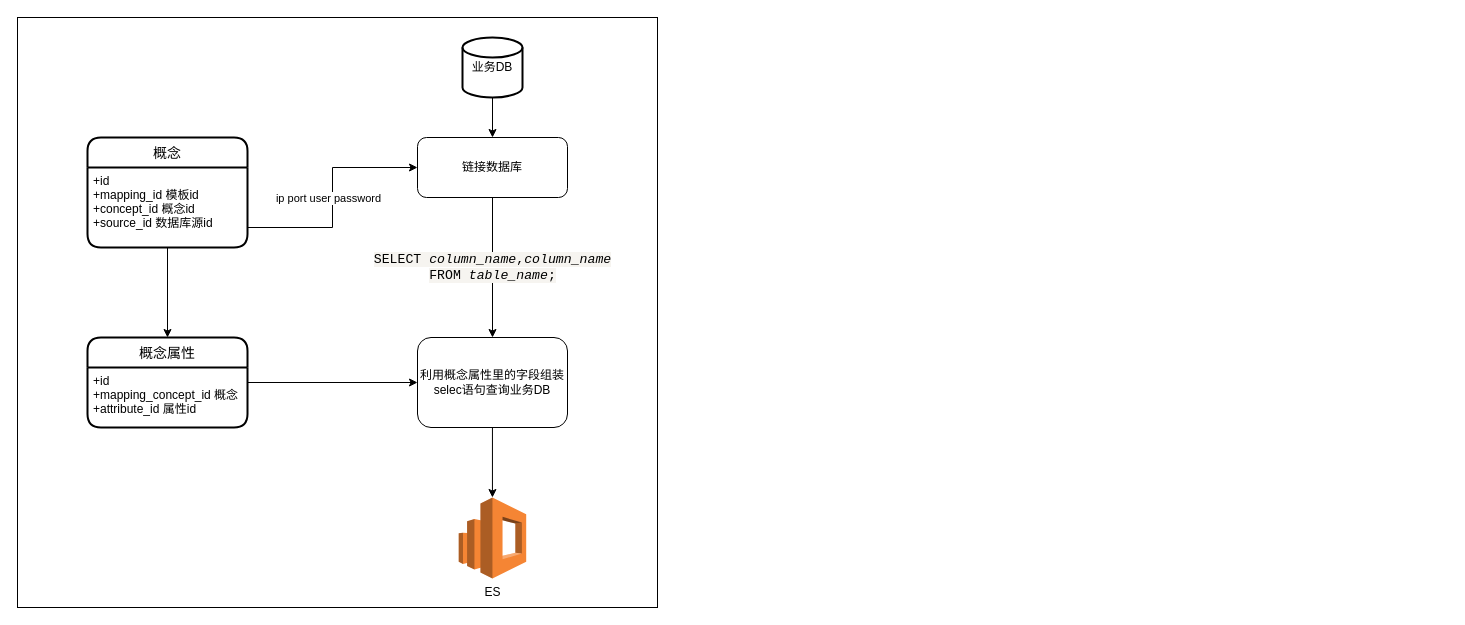
Alex-Li2018/flow-chart keeps this draw.io diagram as 知识图谱/数据治理.drawio. Above is the earlier version. Source tidied: cells renumbered, new cells numbered last; positions are measured from the earlier drawing's top-left corner, leaving out a move shared by most shapes. Both pictures are drawn from the tidied source at 100%, with x=0, y=0 at pixel (17, 17).
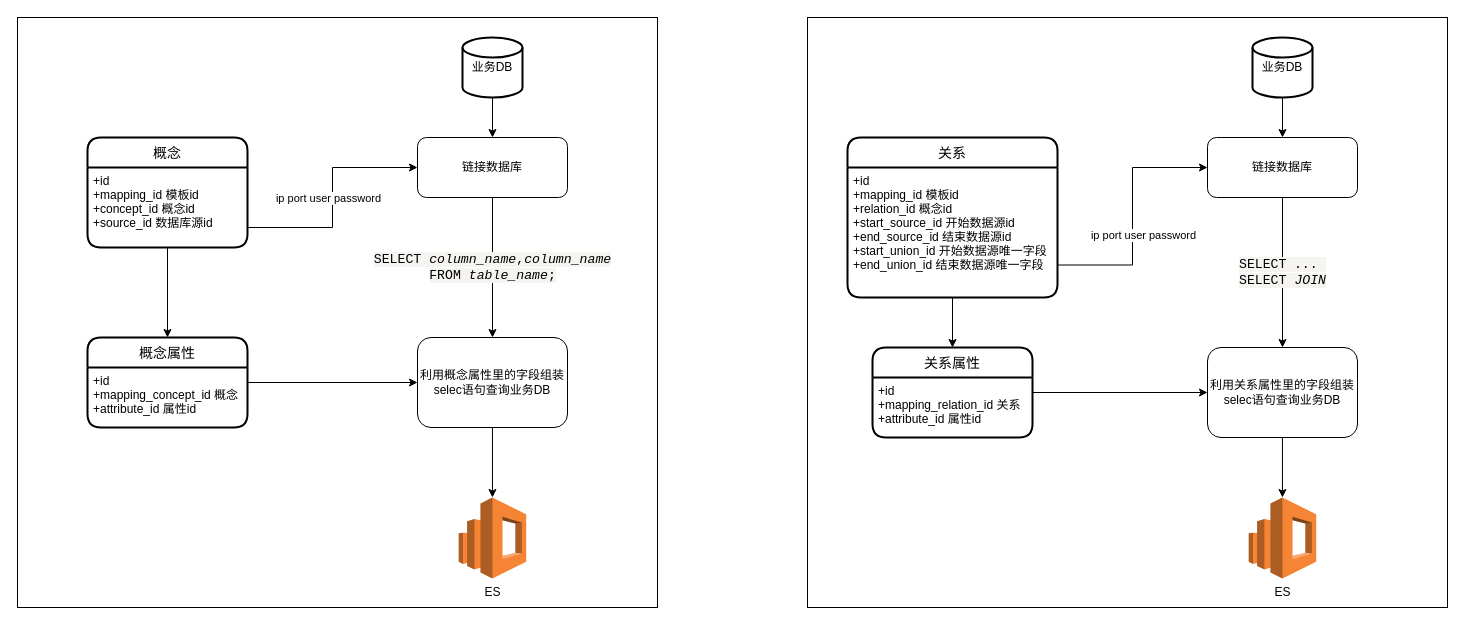
The same page after the edit.

Commit message (it also covers changes not shown here):
更新数据治理.drawio

Change to the diagram source:
```diff
@@
+    <mxCell id="18" style="rounded=0;whiteSpace=wrap;html=1;fontColor=#000100;" parent="1" vertex="1">
+      <mxGeometry x="790" width="640" height="590" as="geometry" />
+    </mxCell>
+    <mxCell id="19" value="关系" style="swimlane;horizontal=1;startSize=30;rounded=1;fontSize=14;fontStyle=0;strokeWidth=2;shadow=0;dashed=0;align=center;" parent="1" vertex="1">
+      <mxGeometry x="830" y="120" width="210" height="160" as="geometry" />
+    </mxCell>
+    <mxCell id="20" value="+id&#10;+mapping_id 模板id&#10;+relation_id 概念id&#10;+start_source_id 开始数据源id&#10;+end_source_id 结束数据源id&#10;+start_union_id 开始数据源唯一字段&#10;+end_union_id 结束数据源唯一字段" style="align=left;strokeColor=none;fillColor=none;spacingLeft=4;fontSize=12;verticalAlign=top;" parent="19" vertex="1">
+      <mxGeometry y="30" width="210" height="130" as="geometry" />
+    </mxCell>
+    <mxCell id="21" value="关系属性" style="swimlane;horizontal=1;startSize=30;rounded=1;fontSize=14;fontStyle=0;strokeWidth=2;shadow=0;dashed=0;align=center;" parent="1" vertex="1">
+      <mxGeometry x="855" y="330" width="160" height="90" as="geometry" />
+    </mxCell>
+    <mxCell id="22" value="+id&#10;+mapping_relation_id 关系&#10;+attribute_id 属性id&#10;" style="align=left;strokeColor=none;fillColor=none;spacingLeft=4;fontSize=12;verticalAlign=top;" parent="21" vertex="1">
+      <mxGeometry y="30" width="160" height="60" as="geometry" />
+    </mxCell>
+    <mxCell id="23" style="edgeStyle=orthogonalEdgeStyle;rounded=0;jettySize=auto;html=1;exitX=0.5;exitY=1;exitDx=0;exitDy=0;entryX=0.5;entryY=0;entryDx=0;entryDy=0;" parent="1" edge="1" source="20" target="21">
+      <mxGeometry relative="1" as="geometry" />
+    </mxCell>
+    <mxCell id="24" style="edgeStyle=orthogonalEdgeStyle;rounded=0;jettySize=auto;html=1;exitX=0.5;exitY=1;exitDx=0;exitDy=0;exitPerimeter=0;" parent="1" edge="1" source="25" target="27">
+      <mxGeometry relative="1" as="geometry" />
+    </mxCell>
+    <mxCell id="25" value="业务DB" style="strokeWidth=2;html=1;shape=mxgraph.flowchart.database;whiteSpace=wrap;" parent="1" vertex="1">
+      <mxGeometry x="1235" y="20" width="60" height="60" as="geometry" />
+    </mxCell>
+    <mxCell id="26" value="&lt;span style=&quot;color: rgb(0, 1, 0); font-family: &amp;quot;courier new&amp;quot;; font-size: 13.2px; text-align: start; background-color: rgb(246, 244, 240);&quot;&gt;SELECT&amp;nbsp;&lt;/span&gt;&lt;span style=&quot;color: rgb(0, 1, 0); font-family: &amp;quot;courier new&amp;quot;; font-size: 13.2px; text-align: start; background-color: rgb(246, 244, 240);&quot;&gt;&lt;i&gt;...&amp;nbsp;&lt;br&gt;&lt;/i&gt;&lt;/span&gt;&lt;span style=&quot;color: rgb(0, 1, 0); font-family: &amp;quot;courier new&amp;quot;; font-size: 13.2px; text-align: start; background-color: rgb(246, 244, 240);&quot;&gt;SELECT &lt;i&gt;JOIN&lt;/i&gt;&lt;/span&gt;" style="edgeStyle=orthogonalEdgeStyle;rounded=0;jettySize=auto;html=1;exitX=0.5;exitY=1;exitDx=0;exitDy=0;entryX=0.5;entryY=0;entryDx=0;entryDy=0;" parent="1" edge="1" source="27" target="31">
+      <mxGeometry relative="1" as="geometry" />
+    </mxCell>
+    <mxCell id="27" value="链接数据库" style="rounded=1;whiteSpace=wrap;html=1;" parent="1" vertex="1">
+      <mxGeometry x="1190" y="120" width="150" height="60" as="geometry" />
+    </mxCell>
+    <mxCell id="28" style="edgeStyle=orthogonalEdgeStyle;rounded=0;jettySize=auto;html=1;exitX=1;exitY=0.75;exitDx=0;exitDy=0;entryX=0;entryY=0.5;entryDx=0;entryDy=0;" parent="1" edge="1" source="20" target="27">
+      <mxGeometry relative="1" as="geometry" />
+    </mxCell>
+    <mxCell id="29" value="ip port user password" style="edgeLabel;html=1;align=center;verticalAlign=middle;" parent="28" vertex="1">
+      <mxGeometry x="-0.44" y="2" relative="1" as="geometry">
+        <mxPoint x="16" y="-28" as="offset" />
+      </mxGeometry>
+    </mxCell>
+    <mxCell id="30" style="edgeStyle=orthogonalEdgeStyle;rounded=0;jettySize=auto;html=1;entryX=0.5;entryY=0;entryDx=0;entryDy=0;entryPerimeter=0;" parent="1" edge="1" source="31" target="33">
+      <mxGeometry relative="1" as="geometry" />
+    </mxCell>
+    <mxCell id="31" value="利用关系属性里的字段组装selec语句查询业务DB" style="rounded=1;whiteSpace=wrap;html=1;" parent="1" vertex="1">
+      <mxGeometry x="1190" y="330" width="150" height="90" as="geometry" />
+    </mxCell>
+    <mxCell id="32" style="edgeStyle=orthogonalEdgeStyle;rounded=0;jettySize=auto;html=1;exitX=1;exitY=0.25;exitDx=0;exitDy=0;" parent="1" edge="1" source="22" target="31">
+      <mxGeometry relative="1" as="geometry" />
+    </mxCell>
+    <mxCell id="33" value="ES" style="outlineConnect=0;dashed=0;verticalLabelPosition=bottom;verticalAlign=top;align=center;html=1;shape=mxgraph.aws3.elasticsearch_service;fillColor=#F58534;gradientColor=none;" parent="1" vertex="1">
+      <mxGeometry x="1231.2" y="480" width="67.5" height="81" as="geometry" />
+    </mxCell>
```
